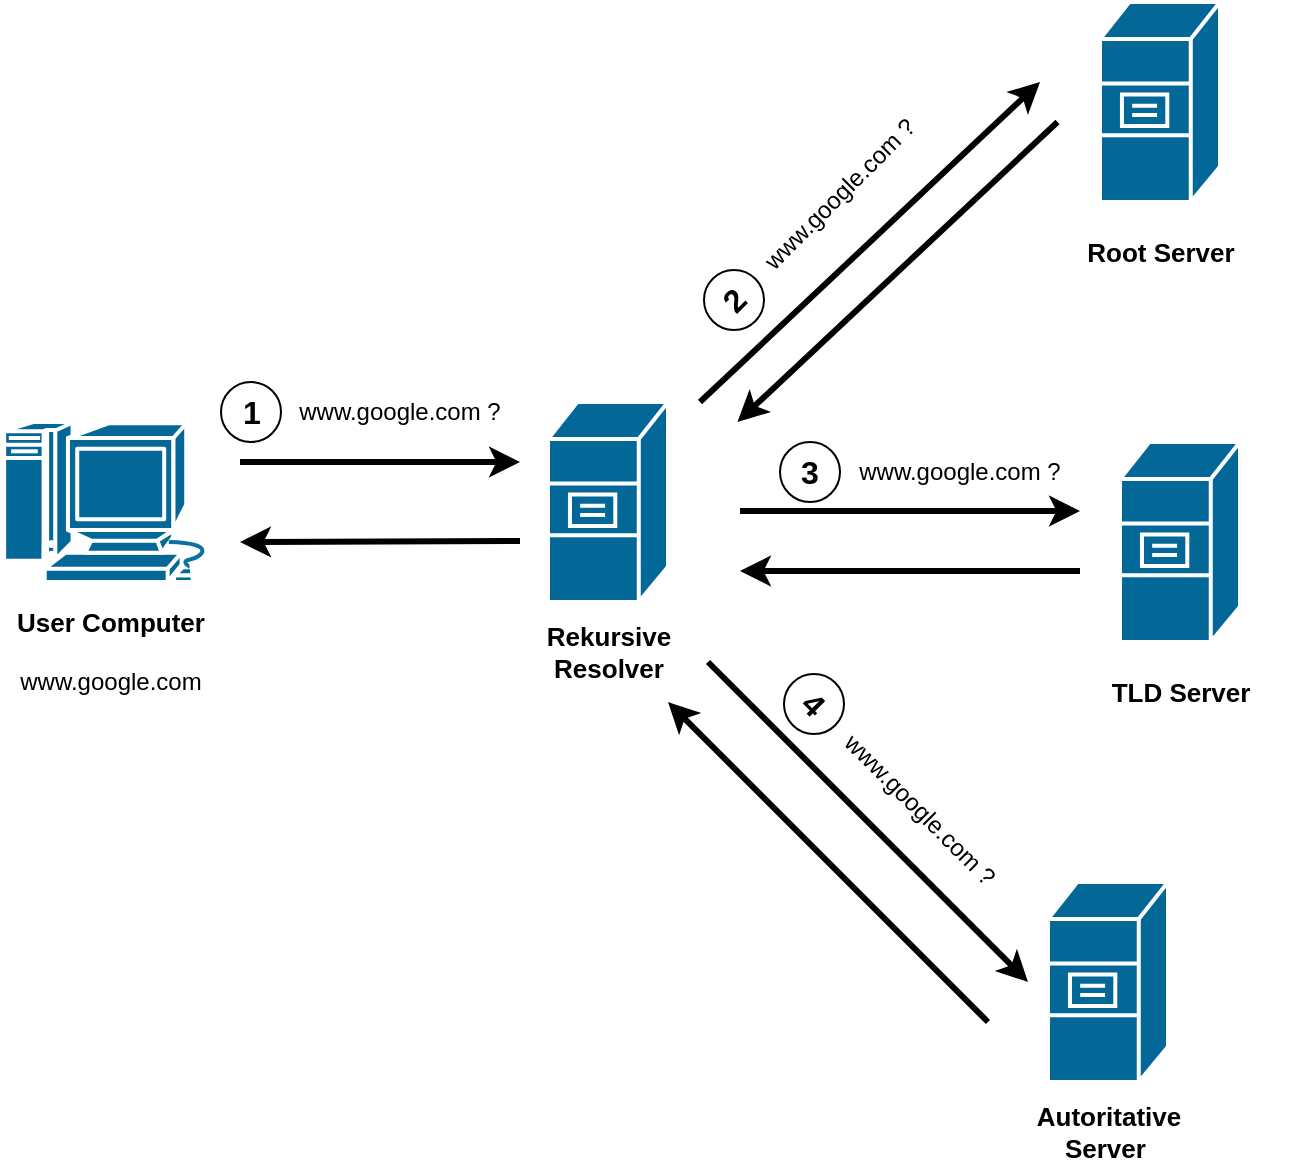
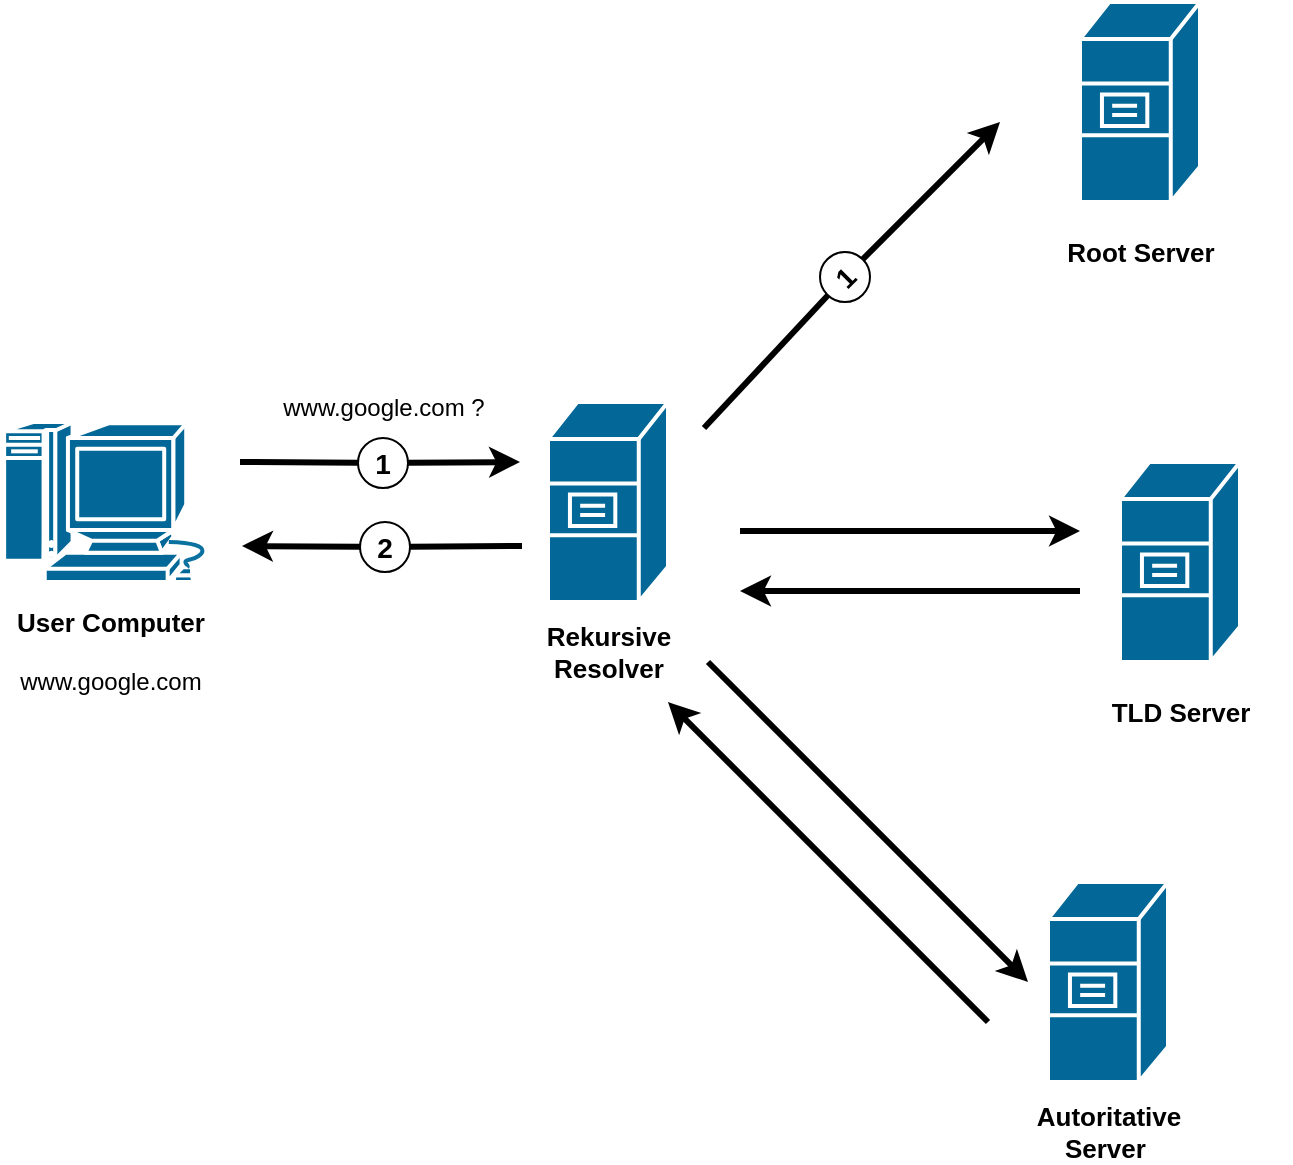
<mxfile host="app.diagrams.net">
  <diagram name="Seite-1" id="MIxLioLs22-T0WrDI3D8">
    <mxGraphModel dx="803" dy="514" grid="1" gridSize="10" guides="1" tooltips="1" connect="1" arrows="1" fold="1" page="1" pageScale="1" pageWidth="827" pageHeight="1169" math="0" shadow="0">
      <root>
        <mxCell id="0" />
        <mxCell id="1" parent="0" />
        <mxCell id="Kp2z6UUhsxGEWxrTFEi2-1" parent="1" style="sketch=0;html=1;pointerEvents=1;dashed=0;fillColor=#036897;strokeColor=#ffffff;strokeWidth=2;verticalLabelPosition=bottom;verticalAlign=top;align=center;outlineConnect=0;shape=mxgraph.cisco.computers_and_peripherals.macintosh;" value="" vertex="1">
          <mxGeometry height="80" width="109" x="41.5" y="400" as="geometry" />
        </mxCell>
        <mxCell id="Kp2z6UUhsxGEWxrTFEi2-2" parent="1" style="strokeColor=#ffffff;sketch=0;html=1;pointerEvents=1;dashed=0;fillColor=#036897;strokeWidth=2;verticalLabelPosition=bottom;verticalAlign=top;align=center;outlineConnect=0;shape=mxgraph.cisco.servers.file_server;" value="" vertex="1">
          <mxGeometry height="100" width="60" x="314" y="390" as="geometry" />
        </mxCell>
        <mxCell id="Kp2z6UUhsxGEWxrTFEi2-3" parent="1" style="strokeColor=#ffffff;sketch=0;html=1;pointerEvents=1;dashed=0;fillColor=#036897;strokeWidth=2;verticalLabelPosition=bottom;verticalAlign=top;align=center;outlineConnect=0;shape=mxgraph.cisco.servers.file_server;" value="" vertex="1">
-           <mxGeometry height="100" width="60" x="590" y="190" as="geometry" />
+           <mxGeometry height="100" width="60" x="580" y="190" as="geometry" />
        </mxCell>
        <mxCell id="Kp2z6UUhsxGEWxrTFEi2-4" parent="1" style="strokeColor=#ffffff;sketch=0;html=1;pointerEvents=1;dashed=0;fillColor=#036897;strokeWidth=2;verticalLabelPosition=bottom;verticalAlign=top;align=center;outlineConnect=0;shape=mxgraph.cisco.servers.file_server;" value="" vertex="1">
-           <mxGeometry height="100" width="60" x="600" y="410" as="geometry" />
+           <mxGeometry height="100" width="60" x="600" y="420" as="geometry" />
        </mxCell>
        <mxCell id="Kp2z6UUhsxGEWxrTFEi2-5" parent="1" style="strokeColor=#ffffff;sketch=0;html=1;pointerEvents=1;dashed=0;fillColor=#036897;strokeWidth=2;verticalLabelPosition=bottom;verticalAlign=top;align=center;outlineConnect=0;shape=mxgraph.cisco.servers.file_server;" value="" vertex="1">
          <mxGeometry height="100" width="60" x="564" y="630" as="geometry" />
        </mxCell>
-         <mxCell id="Kp2z6UUhsxGEWxrTFEi2-6" edge="1" parent="1" style="endArrow=classic;html=1;rounded=0;strokeWidth=3;" value="">
-           <mxGeometry height="50" relative="1" width="50" as="geometry">
-             <mxPoint x="160" y="420" as="sourcePoint" />
-             <mxPoint x="300" y="420" as="targetPoint" />
-           </mxGeometry>
-         </mxCell>
-         <mxCell id="Kp2z6UUhsxGEWxrTFEi2-7" edge="1" parent="1" style="endArrow=classic;html=1;rounded=0;strokeWidth=3;" value="">
-           <mxGeometry height="50" relative="1" width="50" as="geometry">
-             <mxPoint x="390" y="390" as="sourcePoint" />
-             <mxPoint x="560" y="230" as="targetPoint" />
-           </mxGeometry>
-         </mxCell>
-         <mxCell id="Kp2z6UUhsxGEWxrTFEi2-8" edge="1" parent="1" style="endArrow=none;html=1;rounded=0;strokeWidth=3;startArrow=classic;startFill=1;endFill=0;" value="">
-           <mxGeometry height="50" relative="1" width="50" as="geometry">
-             <mxPoint x="408.75" y="400" as="sourcePoint" />
-             <mxPoint x="568.75" y="250" as="targetPoint" />
-           </mxGeometry>
-         </mxCell>
        <mxCell id="Kp2z6UUhsxGEWxrTFEi2-10" edge="1" parent="1" style="endArrow=classic;html=1;rounded=0;strokeWidth=3;" value="">
          <mxGeometry height="50" relative="1" width="50" as="geometry">
-             <mxPoint x="410" y="444.5" as="sourcePoint" />
-             <mxPoint x="580" y="444.5" as="targetPoint" />
+             <mxPoint x="410" y="454.5" as="sourcePoint" />
+             <mxPoint x="580" y="454.5" as="targetPoint" />
          </mxGeometry>
        </mxCell>
        <mxCell id="Kp2z6UUhsxGEWxrTFEi2-11" edge="1" parent="1" style="endArrow=none;html=1;rounded=0;strokeWidth=3;startArrow=classic;startFill=1;endFill=0;" value="">
          <mxGeometry height="50" relative="1" width="50" as="geometry">
-             <mxPoint x="410" y="474.5" as="sourcePoint" />
-             <mxPoint x="580" y="474.5" as="targetPoint" />
+             <mxPoint x="410" y="484.5" as="sourcePoint" />
+             <mxPoint x="580" y="484.5" as="targetPoint" />
          </mxGeometry>
        </mxCell>
        <mxCell id="Kp2z6UUhsxGEWxrTFEi2-13" edge="1" parent="1" style="endArrow=classic;html=1;rounded=0;strokeWidth=3;" value="">
          <mxGeometry height="50" relative="1" width="50" as="geometry">
            <mxPoint x="394" y="520" as="sourcePoint" />
            <mxPoint x="554" y="680" as="targetPoint" />
          </mxGeometry>
        </mxCell>
        <mxCell id="Kp2z6UUhsxGEWxrTFEi2-14" edge="1" parent="1" style="endArrow=none;html=1;rounded=0;strokeWidth=3;startArrow=classic;startFill=1;endFill=0;" value="">
          <mxGeometry height="50" relative="1" width="50" as="geometry">
            <mxPoint x="374" y="540" as="sourcePoint" />
            <mxPoint x="534" y="700" as="targetPoint" />
          </mxGeometry>
        </mxCell>
        <mxCell id="Kp2z6UUhsxGEWxrTFEi2-15" parent="1" style="text;html=1;whiteSpace=wrap;strokeColor=none;fillColor=none;align=center;verticalAlign=middle;rounded=0;" value="&lt;b&gt;&lt;font style=&quot;font-size: 13px;&quot;&gt;User Computer&lt;/font&gt;&lt;/b&gt;&lt;div&gt;&lt;br&gt;&lt;/div&gt;&lt;div&gt;www.google.com&lt;/div&gt;" vertex="1">
          <mxGeometry height="30" width="110.5" x="40" y="500" as="geometry" />
        </mxCell>
-         <mxCell id="Kp2z6UUhsxGEWxrTFEi2-16" edge="1" parent="1" style="endArrow=none;html=1;rounded=0;strokeWidth=3;startArrow=classic;startFill=1;endFill=0;" value="">
-           <mxGeometry height="50" relative="1" width="50" as="geometry">
-             <mxPoint x="160" y="460" as="sourcePoint" />
-             <mxPoint x="300" y="459.5" as="targetPoint" />
-           </mxGeometry>
-         </mxCell>
        <mxCell id="Kp2z6UUhsxGEWxrTFEi2-17" parent="1" style="text;html=1;whiteSpace=wrap;strokeColor=none;fillColor=none;align=center;verticalAlign=middle;rounded=0;" value="&lt;span style=&quot;font-size: 13px;&quot;&gt;&lt;b&gt;Rekursive Resolver&lt;/b&gt;&lt;/span&gt;" vertex="1">
          <mxGeometry height="30" width="110.5" x="288.75" y="500" as="geometry" />
        </mxCell>
        <mxCell id="Kp2z6UUhsxGEWxrTFEi2-18" parent="1" style="text;html=1;whiteSpace=wrap;strokeColor=none;fillColor=none;align=center;verticalAlign=middle;rounded=0;" value="&lt;span style=&quot;font-size: 13px;&quot;&gt;&lt;b&gt;Root Server&lt;/b&gt;&lt;/span&gt;" vertex="1">
-           <mxGeometry height="30" width="110.5" x="564.75" y="300" as="geometry" />
+           <mxGeometry height="30" width="110.5" x="554.75" y="300" as="geometry" />
        </mxCell>
        <mxCell id="Kp2z6UUhsxGEWxrTFEi2-19" parent="1" style="text;html=1;whiteSpace=wrap;strokeColor=none;fillColor=none;align=center;verticalAlign=middle;rounded=0;" value="&lt;span style=&quot;font-size: 13px;&quot;&gt;&lt;b&gt;TLD Server&lt;/b&gt;&lt;/span&gt;" vertex="1">
-           <mxGeometry height="30" width="110.5" x="574.75" y="520" as="geometry" />
+           <mxGeometry height="30" width="110.5" x="574.75" y="530" as="geometry" />
        </mxCell>
        <mxCell id="Kp2z6UUhsxGEWxrTFEi2-20" parent="1" style="text;html=1;whiteSpace=wrap;strokeColor=none;fillColor=none;align=center;verticalAlign=middle;rounded=0;" value="&lt;span style=&quot;font-size: 13px;&quot;&gt;&lt;b&gt;Autoritative Server&amp;nbsp;&lt;/b&gt;&lt;/span&gt;" vertex="1">
          <mxGeometry height="30" width="110.5" x="538.75" y="740" as="geometry" />
        </mxCell>
-         <mxCell id="Kp2z6UUhsxGEWxrTFEi2-29" connectable="0" parent="1" style="group" value="" vertex="1">
-           <mxGeometry height="30" width="154.75" x="150.5" y="380" as="geometry" />
+         <mxCell id="Kp2z6UUhsxGEWxrTFEi2-22" parent="1" style="text;html=1;whiteSpace=wrap;strokeColor=none;fillColor=none;align=center;verticalAlign=middle;rounded=0;" value="www.google.com ?" vertex="1">
+           <mxGeometry height="30" width="130" x="166.5" y="378" as="geometry" />
        </mxCell>
-         <mxCell id="Kp2z6UUhsxGEWxrTFEi2-22" parent="Kp2z6UUhsxGEWxrTFEi2-29" style="text;html=1;whiteSpace=wrap;strokeColor=none;fillColor=none;align=center;verticalAlign=middle;rounded=0;" value="www.google.com ?" vertex="1">
-           <mxGeometry height="30" width="130" x="24.75" as="geometry" />
+         <mxCell id="Kp2z6UUhsxGEWxrTFEi2-52" connectable="0" parent="1" style="group" value="" vertex="1">
+           <mxGeometry height="25" width="25" x="219" y="408" as="geometry" />
        </mxCell>
-         <mxCell id="Kp2z6UUhsxGEWxrTFEi2-24" parent="Kp2z6UUhsxGEWxrTFEi2-29" style="ellipse;whiteSpace=wrap;html=1;aspect=fixed;fillColor=none;" value="&lt;font style=&quot;font-size: 16px;&quot;&gt;&lt;b style=&quot;&quot;&gt;1&lt;/b&gt;&lt;/font&gt;" vertex="1">
-           <mxGeometry height="30" width="30" as="geometry" />
+         <mxCell id="Kp2z6UUhsxGEWxrTFEi2-6" edge="1" parent="Kp2z6UUhsxGEWxrTFEi2-52" source="Kp2z6UUhsxGEWxrTFEi2-40" style="endArrow=classic;html=1;rounded=0;strokeWidth=3;" value="">
+           <mxGeometry height="50" relative="1" width="50" as="geometry">
+             <mxPoint x="-59" y="12" as="sourcePoint" />
+             <mxPoint x="81" y="12" as="targetPoint" />
+           </mxGeometry>
        </mxCell>
-         <mxCell id="Kp2z6UUhsxGEWxrTFEi2-30" connectable="0" parent="1" style="group;rotation=-45;" value="" vertex="1">
-           <mxGeometry height="30" width="154.75" x="374" y="280" as="geometry" />
+         <mxCell id="Kp2z6UUhsxGEWxrTFEi2-41" edge="1" parent="Kp2z6UUhsxGEWxrTFEi2-52" style="endArrow=none;html=1;rounded=0;strokeWidth=3;endFill=0;" target="Kp2z6UUhsxGEWxrTFEi2-40" value="">
+           <mxGeometry height="50" relative="1" width="50" as="geometry">
+             <mxPoint x="-59" y="12" as="sourcePoint" />
+             <mxPoint x="81" y="12" as="targetPoint" />
+           </mxGeometry>
        </mxCell>
-         <mxCell id="Kp2z6UUhsxGEWxrTFEi2-31" parent="Kp2z6UUhsxGEWxrTFEi2-30" style="text;html=1;whiteSpace=wrap;strokeColor=none;fillColor=none;align=center;verticalAlign=middle;rounded=0;rotation=-45;" value="www.google.com ?" vertex="1">
-           <mxGeometry height="30" width="130" x="21" y="-9" as="geometry" />
+         <mxCell id="Kp2z6UUhsxGEWxrTFEi2-40" parent="Kp2z6UUhsxGEWxrTFEi2-52" style="ellipse;whiteSpace=wrap;html=1;aspect=fixed;fillColor=none;fontSize=14;" value="&lt;font&gt;&lt;b&gt;1&lt;/b&gt;&lt;/font&gt;" vertex="1">
+           <mxGeometry height="25" width="25" as="geometry" />
        </mxCell>
-         <mxCell id="Kp2z6UUhsxGEWxrTFEi2-32" parent="Kp2z6UUhsxGEWxrTFEi2-30" style="ellipse;whiteSpace=wrap;html=1;aspect=fixed;fillColor=none;rotation=-45;" value="&lt;font style=&quot;font-size: 16px;&quot;&gt;&lt;b style=&quot;&quot;&gt;2&lt;/b&gt;&lt;/font&gt;" vertex="1">
-           <mxGeometry height="30" width="30" x="18" y="44" as="geometry" />
+         <mxCell id="Kp2z6UUhsxGEWxrTFEi2-53" connectable="0" parent="1" style="group" value="" vertex="1">
+           <mxGeometry height="25" width="25" x="220" y="450" as="geometry" />
        </mxCell>
-         <mxCell id="Kp2z6UUhsxGEWxrTFEi2-33" connectable="0" parent="1" style="group" value="" vertex="1">
-           <mxGeometry height="30" width="154.75" x="430" y="410" as="geometry" />
+         <mxCell id="Kp2z6UUhsxGEWxrTFEi2-54" edge="1" parent="Kp2z6UUhsxGEWxrTFEi2-53" source="Kp2z6UUhsxGEWxrTFEi2-56" style="endArrow=none;html=1;rounded=0;strokeWidth=3;endFill=0;" value="">
+           <mxGeometry height="50" relative="1" width="50" as="geometry">
+             <mxPoint x="-59" y="12" as="sourcePoint" />
+             <mxPoint x="81" y="12" as="targetPoint" />
+           </mxGeometry>
        </mxCell>
-         <mxCell id="Kp2z6UUhsxGEWxrTFEi2-34" parent="Kp2z6UUhsxGEWxrTFEi2-33" style="text;html=1;whiteSpace=wrap;strokeColor=none;fillColor=none;align=center;verticalAlign=middle;rounded=0;" value="www.google.com ?" vertex="1">
-           <mxGeometry height="30" width="130" x="24.75" as="geometry" />
+         <mxCell id="Kp2z6UUhsxGEWxrTFEi2-55" edge="1" parent="Kp2z6UUhsxGEWxrTFEi2-53" style="endArrow=none;html=1;rounded=0;strokeWidth=3;endFill=0;startArrow=classic;startFill=1;" target="Kp2z6UUhsxGEWxrTFEi2-56" value="">
+           <mxGeometry height="50" relative="1" width="50" as="geometry">
+             <mxPoint x="-59" y="12" as="sourcePoint" />
+             <mxPoint x="81" y="12" as="targetPoint" />
+           </mxGeometry>
        </mxCell>
-         <mxCell id="Kp2z6UUhsxGEWxrTFEi2-35" parent="Kp2z6UUhsxGEWxrTFEi2-33" style="ellipse;whiteSpace=wrap;html=1;aspect=fixed;fillColor=none;" value="&lt;span style=&quot;font-size: 16px;&quot;&gt;&lt;b&gt;3&lt;/b&gt;&lt;/span&gt;" vertex="1">
-           <mxGeometry height="30" width="30" as="geometry" />
+         <mxCell id="Kp2z6UUhsxGEWxrTFEi2-56" parent="Kp2z6UUhsxGEWxrTFEi2-53" style="ellipse;whiteSpace=wrap;html=1;aspect=fixed;fillColor=none;fontSize=14;" value="&lt;b&gt;2&lt;/b&gt;" vertex="1">
+           <mxGeometry height="25" width="25" as="geometry" />
        </mxCell>
-         <mxCell id="Kp2z6UUhsxGEWxrTFEi2-36" connectable="0" parent="1" style="group;rotation=45;" value="" vertex="1">
-           <mxGeometry height="30" width="154.75" x="414" y="570" as="geometry" />
+         <mxCell id="Kp2z6UUhsxGEWxrTFEi2-57" connectable="0" parent="1" style="group;rotation=-45;" value="" vertex="1">
+           <mxGeometry height="25" width="25" x="430" y="340" as="geometry" />
        </mxCell>
-         <mxCell id="Kp2z6UUhsxGEWxrTFEi2-37" parent="Kp2z6UUhsxGEWxrTFEi2-36" style="text;html=1;whiteSpace=wrap;strokeColor=none;fillColor=none;align=center;verticalAlign=middle;rounded=0;rotation=45;" value="www.google.com ?" vertex="1">
-           <mxGeometry height="30" width="130" x="21" y="9" as="geometry" />
+         <mxCell id="Kp2z6UUhsxGEWxrTFEi2-58" edge="1" parent="Kp2z6UUhsxGEWxrTFEi2-57" source="Kp2z6UUhsxGEWxrTFEi2-60" style="endArrow=classic;html=1;rounded=0;strokeWidth=3;" value="">
+           <mxGeometry height="50" relative="1" width="50" as="geometry">
+             <mxPoint x="-38" y="63" as="sourcePoint" />
+             <mxPoint x="110" y="-90" as="targetPoint" />
+           </mxGeometry>
        </mxCell>
-         <mxCell id="Kp2z6UUhsxGEWxrTFEi2-38" parent="Kp2z6UUhsxGEWxrTFEi2-36" style="ellipse;whiteSpace=wrap;html=1;aspect=fixed;fillColor=none;rotation=45;" value="&lt;font style=&quot;font-size: 16px;&quot;&gt;&lt;b style=&quot;&quot;&gt;4&lt;/b&gt;&lt;/font&gt;" vertex="1">
-           <mxGeometry height="30" width="30" x="18" y="-44" as="geometry" />
+         <mxCell id="Kp2z6UUhsxGEWxrTFEi2-59" edge="1" parent="Kp2z6UUhsxGEWxrTFEi2-57" style="endArrow=none;html=1;rounded=0;strokeWidth=3;endFill=0;" target="Kp2z6UUhsxGEWxrTFEi2-60" value="">
+           <mxGeometry height="50" relative="1" width="50" as="geometry">
+             <mxPoint x="-38" y="63" as="sourcePoint" />
+             <mxPoint x="61" y="-36" as="targetPoint" />
+           </mxGeometry>
+         </mxCell>
+         <mxCell id="Kp2z6UUhsxGEWxrTFEi2-60" parent="1" style="ellipse;whiteSpace=wrap;html=1;aspect=fixed;fillColor=none;fontSize=14;rotation=-45;" value="&lt;font&gt;&lt;b&gt;1&lt;/b&gt;&lt;/font&gt;" vertex="1">
+           <mxGeometry height="25" width="25" x="450" y="315" as="geometry" />
        </mxCell>
      </root>
    </mxGraphModel>
  </diagram>
</mxfile>
